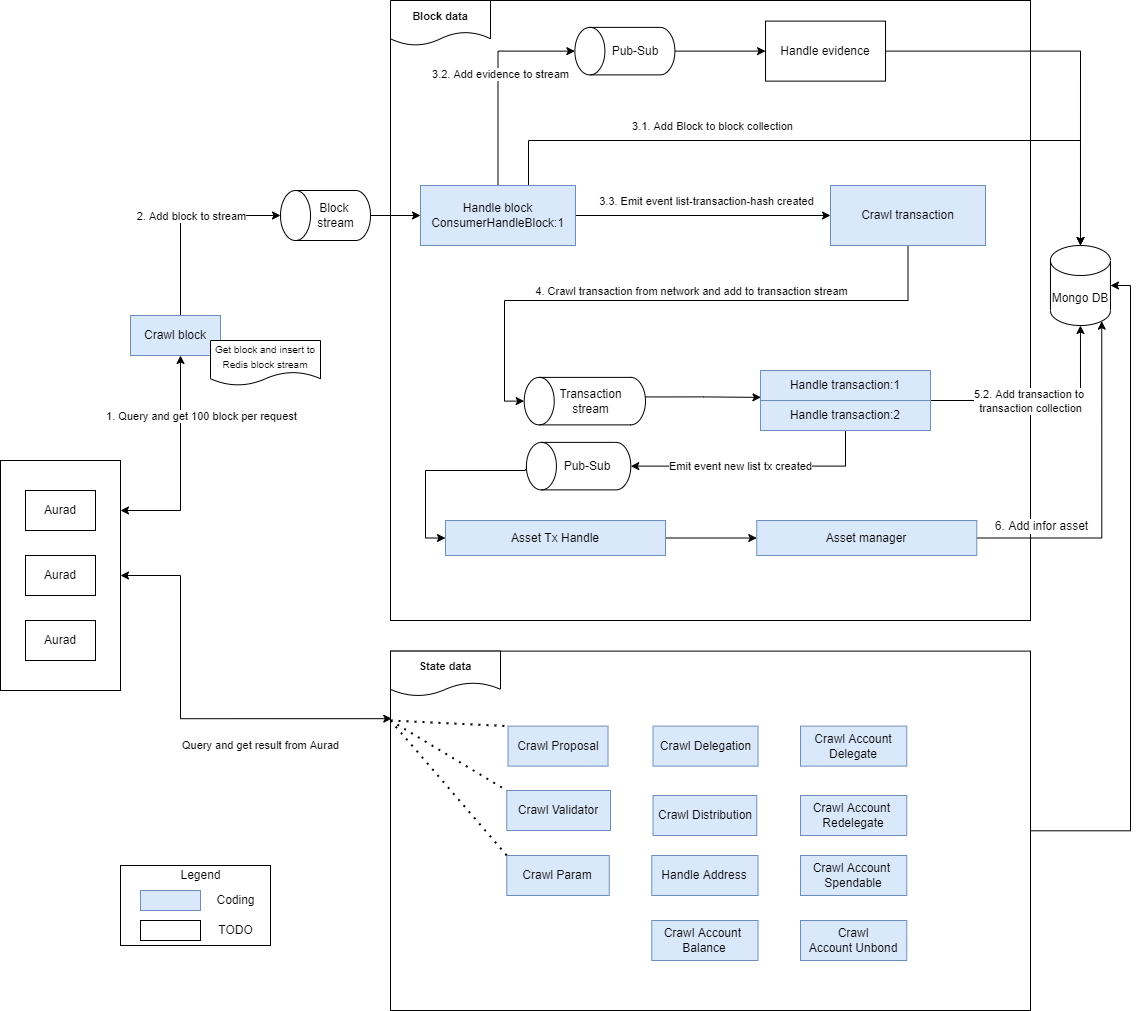
aura-nw/horoscope keeps this draw.io diagram as docs/images/mainflow-crawl.png. Above is the earlier version. Source tidied: cells renumbered, new cells last; positions are measured from the earlier drawing's top-left corner, leaving out a move shared by most shapes.
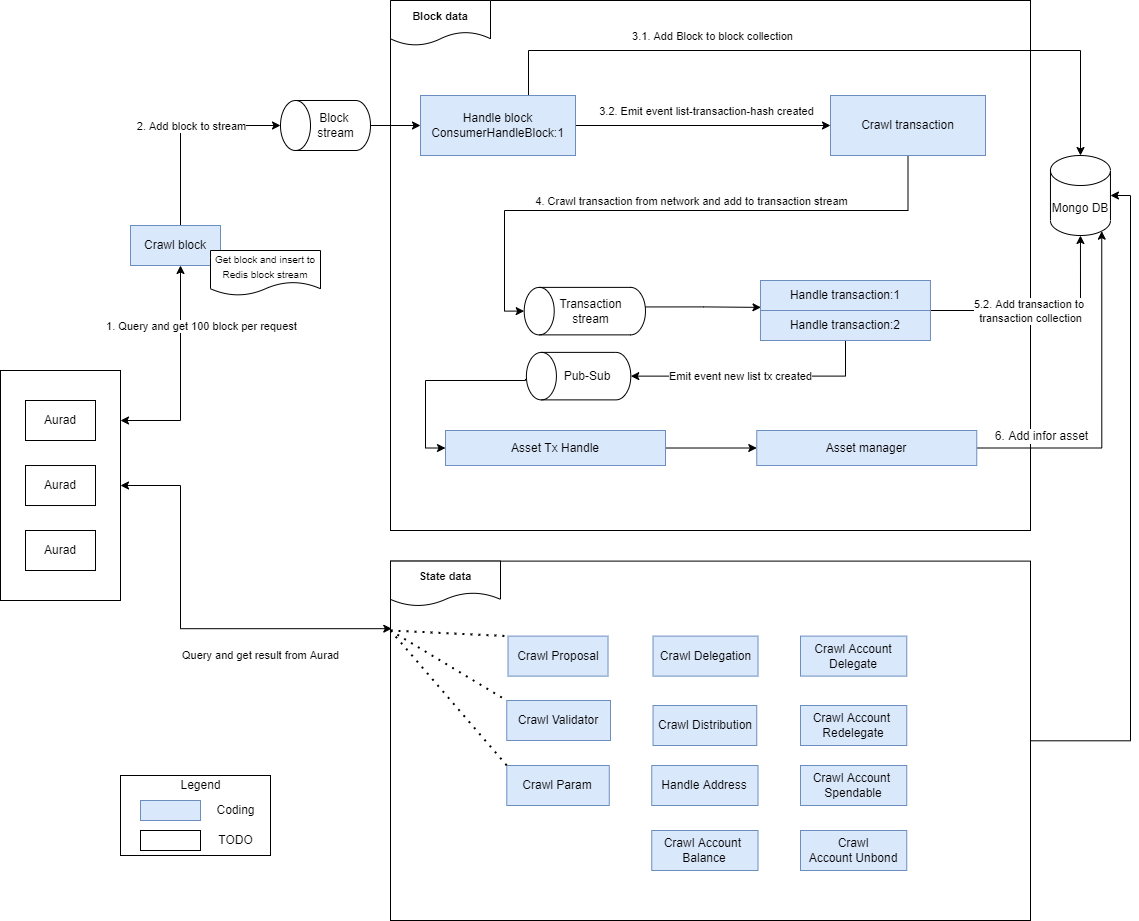
The same file after the commit.

The edit, as a diff of the source:
```diff
@@ -32,7 +32,7 @@
       <mxGeometry y="460" width="120" height="230" as="geometry" />
     </mxCell>
     <mxCell id="8" style="rounded=0;whiteSpace=wrap;html=1;fontSize=12;" parent="1" vertex="1">
-      <mxGeometry x="390" width="640" height="620" as="geometry" />
+      <mxGeometry x="390" y="90" width="640" height="530" as="geometry" />
     </mxCell>
     <mxCell id="9" value="Aurad" style="rounded=0;whiteSpace=wrap;html=1;" parent="1" vertex="1">
       <mxGeometry x="25" y="490" width="70" height="40" as="geometry" />
@@ -58,14 +58,6 @@
     <mxCell id="14" style="shape=cylinder3;whiteSpace=wrap;html=1;boundedLbl=1;backgroundOutline=1;size=15;rotation=-90;" parent="1" vertex="1">
       <mxGeometry x="300" y="170" width="50" height="90" as="geometry" />
     </mxCell>
-    <mxCell id="15" style="edgeStyle=orthogonalEdgeStyle;rounded=0;jettySize=auto;html=1;entryX=0.5;entryY=0;entryDx=0;entryDy=0;entryPerimeter=0;" parent="1" edge="1" source="21" target="52">
-      <mxGeometry relative="1" as="geometry" />
-    </mxCell>
-    <mxCell id="16" value="3.2. Add evidence to stream" style="edgeLabel;html=1;align=center;verticalAlign=middle;" parent="15" vertex="1">
-      <mxGeometry x="0.11" y="-2" relative="1" as="geometry">
-        <mxPoint y="6" as="offset" />
-      </mxGeometry>
-    </mxCell>
     <mxCell id="17" style="edgeStyle=orthogonalEdgeStyle;rounded=0;jettySize=auto;html=1;" parent="1" edge="1" source="21" target="22">
       <mxGeometry relative="1" as="geometry">
         <Array as="points">
@@ -82,7 +74,7 @@
     <mxCell id="19" style="edgeStyle=orthogonalEdgeStyle;rounded=0;jettySize=auto;html=1;" parent="1" edge="1" source="21" target="63">
       <mxGeometry relative="1" as="geometry" />
     </mxCell>
-    <mxCell id="20" value="3.3. Emit event list-transaction-hash created" style="edgeLabel;html=1;align=center;verticalAlign=middle;" parent="19" vertex="1">
+    <mxCell id="20" value="3.2. Emit event list-transaction-hash created" style="edgeLabel;html=1;align=center;verticalAlign=middle;" parent="19" vertex="1">
       <mxGeometry x="0.36" y="1" relative="1" as="geometry">
         <mxPoint x="-43" y="-14" as="offset" />
       </mxGeometry>
@@ -160,7 +152,7 @@
       <mxGeometry x="506.3" y="790" width="103.7" height="40" as="geometry" />
     </mxCell>
     <mxCell id="39" value="&lt;font style=&quot;&quot;&gt;&lt;font style=&quot;font-size: 11px;&quot;&gt;&lt;b&gt;Block data&lt;/b&gt;&lt;/font&gt;&lt;br&gt;&lt;/font&gt;" style="shape=document;whiteSpace=wrap;html=1;boundedLbl=1;" parent="1" vertex="1">
-      <mxGeometry x="390" width="100" height="45" as="geometry" />
+      <mxGeometry x="390" y="90" width="100" height="45" as="geometry" />
     </mxCell>
     <mxCell id="40" value="&lt;font style=&quot;&quot;&gt;&lt;font style=&quot;font-size: 11px;&quot;&gt;&lt;b&gt;State data&lt;/b&gt;&lt;/font&gt;&lt;br&gt;&lt;/font&gt;" style="shape=document;whiteSpace=wrap;html=1;boundedLbl=1;" parent="1" vertex="1">
       <mxGeometry x="390" y="650.6" width="110" height="45" as="geometry" />
@@ -193,21 +185,6 @@
     <mxCell id="48" value="&lt;font style=&quot;font-size: 12px;&quot;&gt;Crawl Delegation&lt;br&gt;&lt;/font&gt;" style="whiteSpace=wrap;html=1;fontSize=10;fillColor=#dae8fc;strokeColor=#6c8ebf;" parent="1" vertex="1">
       <mxGeometry x="652.5" y="725.6" width="105" height="40" as="geometry" />
     </mxCell>
-    <mxCell id="49" style="edgeStyle=orthogonalEdgeStyle;rounded=0;jettySize=auto;html=1;entryX=0.5;entryY=0;entryDx=0;entryDy=0;entryPerimeter=0;" parent="1" edge="1" source="50" target="22">
-      <mxGeometry relative="1" as="geometry" />
-    </mxCell>
-    <mxCell id="50" value="Handle evidence" style="whiteSpace=wrap;html=1;" parent="1" vertex="1">
-      <mxGeometry x="765" y="20.6" width="120" height="60" as="geometry" />
-    </mxCell>
-    <mxCell id="51" style="edgeStyle=orthogonalEdgeStyle;rounded=0;jettySize=auto;html=1;entryX=0;entryY=0.5;entryDx=0;entryDy=0;" parent="1" edge="1" source="52" target="50">
-      <mxGeometry relative="1" as="geometry" />
-    </mxCell>
-    <mxCell id="52" style="shape=cylinder3;whiteSpace=wrap;html=1;boundedLbl=1;backgroundOutline=1;size=15;rotation=-90;" parent="1" vertex="1">
-      <mxGeometry x="600.6" y="0.6" width="47.5" height="100" as="geometry" />
-    </mxCell>
-    <mxCell id="53" value="Pub-Sub" style="text;html=1;strokeColor=none;fillColor=none;align=center;verticalAlign=middle;whiteSpace=wrap;rounded=0;" parent="1" vertex="1">
-      <mxGeometry x="605" y="35.6" width="60" height="30" as="geometry" />
-    </mxCell>
     <mxCell id="54" value="&lt;span style=&quot;color: rgb(0, 0, 0); font-family: Helvetica; font-size: 11px; font-style: normal; font-variant-ligatures: normal; font-variant-caps: normal; font-weight: 400; letter-spacing: normal; orphans: 2; text-align: center; text-indent: 0px; text-transform: none; widows: 2; word-spacing: 0px; -webkit-text-stroke-width: 0px; background-color: rgb(255, 255, 255); text-decoration-thickness: initial; text-decoration-style: initial; text-decoration-color: initial; float: none; display: inline !important;&quot;&gt;Query and get result from Aurad&lt;/span&gt;" style="text;whiteSpace=wrap;html=1;" parent="1" vertex="1">
       <mxGeometry x="180" y="730.6" width="180" height="30" as="geometry" />
     </mxCell>
```
